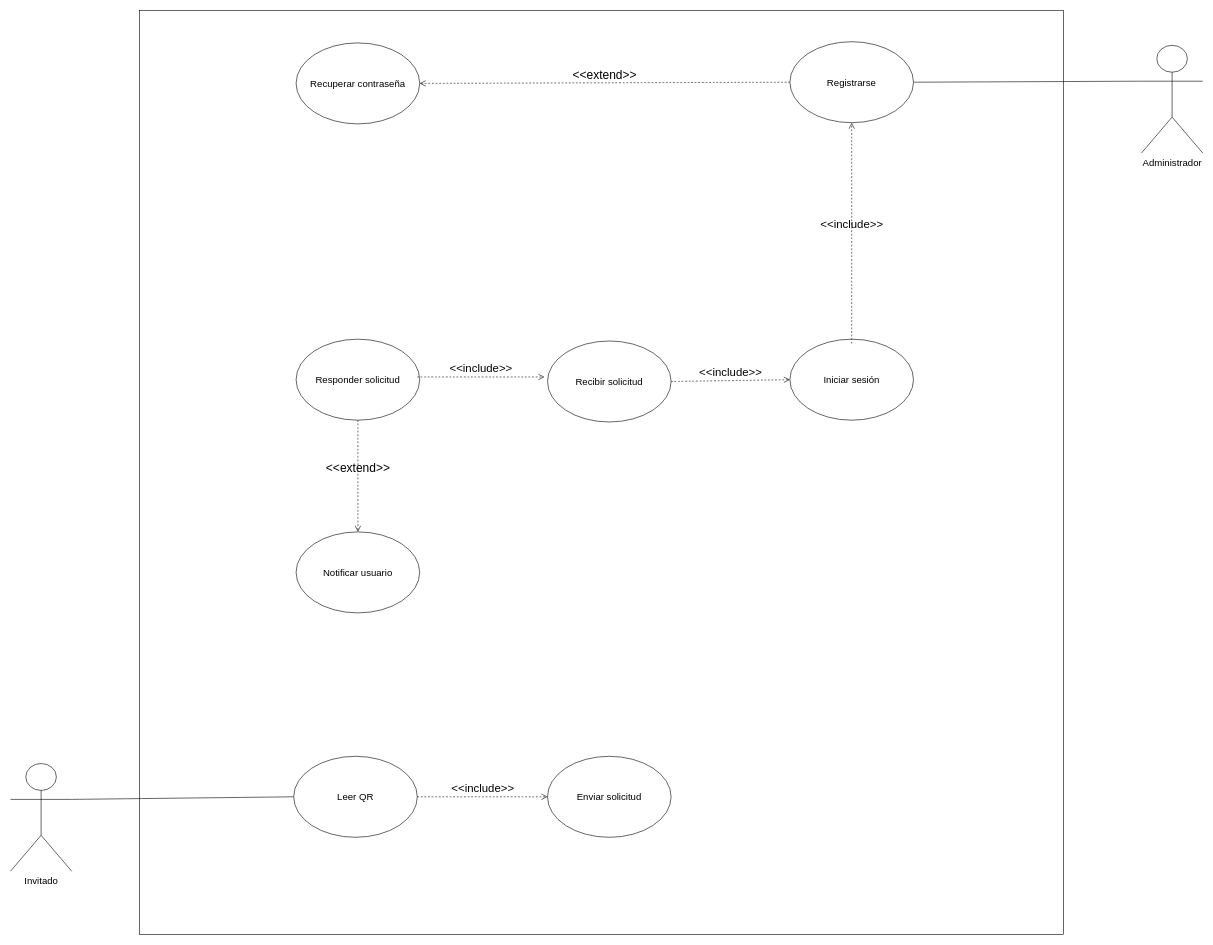
Earlier version of the draw.io diagram Diagramas/Casos_de_Uso.drawio (MrRevillod/SmartParking). Source tidied: cells renumbered, new cells numbered last; positions are measured from the earlier drawing's top-left corner, leaving out a move shared by most shapes. Both pictures are drawn from the tidied source at 60%, with x=0, y=0 at pixel (10, 10).
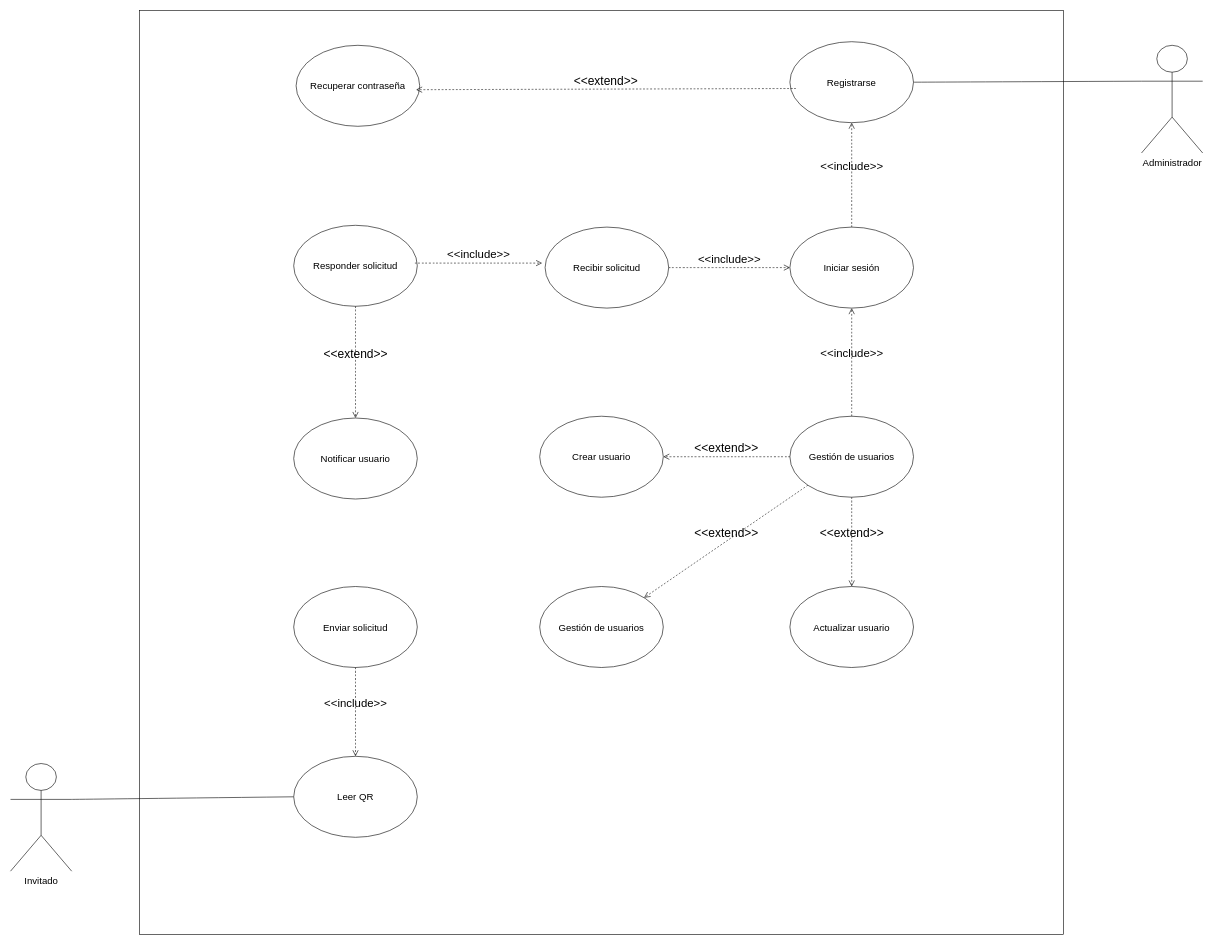
The same page after the edit.

Unchanged cells that the change refers to:
```xml
<mxCell id="7" value="Registrarse" style="ellipse;whiteSpace=wrap;html=1;fontSize=16;" parent="1" vertex="1">
  <mxGeometry x="1299" y="52" width="206" height="135" as="geometry" />
</mxCell>
<mxCell id="16" value="Leer QR" style="ellipse;whiteSpace=wrap;html=1;fontSize=16;" parent="1" vertex="1">
  <mxGeometry x="472" y="1243" width="206" height="135" as="geometry" />
</mxCell>
```

The edit, as a diff of the source:
```diff
@@
     <mxCell id="4" value="Recuperar contraseña" style="ellipse;whiteSpace=wrap;html=1;fontSize=16;" parent="1" vertex="1">
-      <mxGeometry x="476" y="54" width="206" height="135" as="geometry" />
+      <mxGeometry x="476" y="58" width="206" height="135" as="geometry" />
     </mxCell>
     <mxCell id="5" value="Iniciar sesión" style="ellipse;whiteSpace=wrap;html=1;fontSize=16;" parent="1" vertex="1">
-      <mxGeometry x="1299" y="547.8" width="206" height="135" as="geometry" />
+      <mxGeometry x="1299" y="361" width="206" height="135" as="geometry" />
     </mxCell>
@@
     <mxCell id="8" value="Recibir solicitud" style="ellipse;whiteSpace=wrap;html=1;fontSize=16;" parent="1" vertex="1">
-      <mxGeometry x="895" y="550.8" width="206" height="135" as="geometry" />
+      <mxGeometry x="891" y="361" width="206" height="135" as="geometry" />
     </mxCell>
     <mxCell id="9" value="Notificar usuario" style="ellipse;whiteSpace=wrap;html=1;fontSize=16;" parent="1" vertex="1">
-      <mxGeometry x="476" y="869" width="206" height="135" as="geometry" />
+      <mxGeometry x="472" y="679.2" width="206" height="135" as="geometry" />
     </mxCell>
     <mxCell id="10" value="Responder solicitud" style="ellipse;whiteSpace=wrap;html=1;fontSize=16;" parent="1" vertex="1">
-      <mxGeometry x="476" y="547.8" width="206" height="135" as="geometry" />
+      <mxGeometry x="472" y="358" width="206" height="135" as="geometry" />
     </mxCell>
@@
-    <mxCell id="13" value="&lt;font style=&quot;font-size: 20px;&quot;&gt;&amp;lt;&amp;lt;extend&amp;gt;&amp;gt;&lt;/font&gt;" style="endArrow=open;startArrow=none;endFill=0;startFill=0;endSize=8;html=1;verticalAlign=bottom;dashed=1;labelBackgroundColor=none;rounded=0;fontSize=12;curved=1;entryX=1;entryY=0.5;entryDx=0;entryDy=0;exitX=0;exitY=0.5;exitDx=0;exitDy=0;" parent="1" edge="1" source="7" target="4">
-      <mxGeometry relative="1" as="geometry" />
-    </mxCell>
@@
     <mxCell id="17" value="Enviar solicitud" style="ellipse;whiteSpace=wrap;html=1;fontSize=16;" parent="1" vertex="1">
-      <mxGeometry x="895" y="1243" width="206" height="135" as="geometry" />
+      <mxGeometry x="472" y="960" width="206" height="135" as="geometry" />
     </mxCell>
-    <mxCell id="18" value="&lt;font style=&quot;font-size: 19px;&quot;&gt;&amp;lt;&amp;lt;include&amp;gt;&amp;gt;&lt;/font&gt;" style="endArrow=open;startArrow=none;endFill=0;startFill=0;endSize=8;html=1;verticalAlign=bottom;dashed=1;labelBackgroundColor=none;rounded=0;fontSize=12;curved=1;entryX=0.5;entryY=1;entryDx=0;entryDy=0;" parent="1" edge="1" target="7">
-      <mxGeometry relative="1" as="geometry">
-        <mxPoint x="1402" y="555" as="sourcePoint" />
-      </mxGeometry>
+    <mxCell id="18" value="&lt;font style=&quot;font-size: 19px;&quot;&gt;&amp;lt;&amp;lt;include&amp;gt;&amp;gt;&lt;/font&gt;" style="endArrow=open;startArrow=none;endFill=0;startFill=0;endSize=8;html=1;verticalAlign=bottom;dashed=1;labelBackgroundColor=none;rounded=0;fontSize=12;curved=1;entryX=0.5;entryY=1;entryDx=0;entryDy=0;exitX=0.5;exitY=0;exitDx=0;exitDy=0;" parent="1" edge="1" source="5" target="7">
+      <mxGeometry relative="1" as="geometry" />
     </mxCell>
     <mxCell id="19" value="&lt;font style=&quot;font-size: 19px;&quot;&gt;&amp;lt;&amp;lt;include&amp;gt;&amp;gt;&lt;/font&gt;" style="endArrow=open;startArrow=none;endFill=0;startFill=0;endSize=8;html=1;verticalAlign=bottom;dashed=1;labelBackgroundColor=none;rounded=0;fontSize=12;curved=1;" parent="1" edge="1">
       <mxGeometry relative="1" as="geometry">
-        <mxPoint x="678" y="610.8" as="sourcePoint" />
-        <mxPoint x="890" y="610.8" as="targetPoint" />
+        <mxPoint x="674" y="421" as="sourcePoint" />
+        <mxPoint x="886" y="421" as="targetPoint" />
       </mxGeometry>
     </mxCell>
-    <mxCell id="20" value="&lt;font style=&quot;font-size: 19px;&quot;&gt;&amp;lt;&amp;lt;include&amp;gt;&amp;gt;&lt;/font&gt;" style="endArrow=open;startArrow=none;endFill=0;startFill=0;endSize=8;html=1;verticalAlign=bottom;dashed=1;labelBackgroundColor=none;rounded=0;fontSize=12;curved=1;exitX=1;exitY=0.5;exitDx=0;exitDy=0;entryX=0;entryY=0.5;entryDx=0;entryDy=0;" parent="1" edge="1" source="16" target="17">
-      <mxGeometry relative="1" as="geometry" />
-    </mxCell>
+    <mxCell id="21" value="Gestión de usuarios" style="ellipse;whiteSpace=wrap;html=1;fontSize=16;" parent="1" vertex="1">
+      <mxGeometry x="1299" y="676.2" width="206" height="135" as="geometry" />
+    </mxCell>
+    <mxCell id="22" value="Crear usuario" style="ellipse;whiteSpace=wrap;html=1;fontSize=16;" parent="1" vertex="1">
+      <mxGeometry x="882" y="676.2" width="206" height="135" as="geometry" />
+    </mxCell>
+    <mxCell id="23" value="&lt;font style=&quot;font-size: 20px;&quot;&gt;&amp;lt;&amp;lt;extend&amp;gt;&amp;gt;&lt;/font&gt;" style="endArrow=open;startArrow=none;endFill=0;startFill=0;endSize=8;html=1;verticalAlign=bottom;dashed=1;labelBackgroundColor=none;rounded=0;fontSize=12;curved=1;exitX=0;exitY=0.5;exitDx=0;exitDy=0;" parent="1" edge="1">
+      <mxGeometry relative="1" as="geometry">
+        <mxPoint x="1309" y="130" as="sourcePoint" />
+        <mxPoint x="676" y="132" as="targetPoint" />
+      </mxGeometry>
+    </mxCell>
+    <mxCell id="13" value="&lt;font style=&quot;font-size: 20px;&quot;&gt;&amp;lt;&amp;lt;extend&amp;gt;&amp;gt;&lt;/font&gt;" style="endArrow=open;startArrow=none;endFill=0;startFill=0;endSize=8;html=1;verticalAlign=bottom;dashed=1;labelBackgroundColor=none;rounded=0;fontSize=12;curved=1;entryX=1;entryY=0.5;entryDx=0;entryDy=0;exitX=0;exitY=0.5;exitDx=0;exitDy=0;" parent="1" edge="1" source="21" target="22">
+      <mxGeometry relative="1" as="geometry" />
+    </mxCell>
+    <mxCell id="24" value="Actualizar usuario" style="ellipse;whiteSpace=wrap;html=1;fontSize=16;" parent="1" vertex="1">
+      <mxGeometry x="1299" y="960" width="206" height="135" as="geometry" />
+    </mxCell>
+    <mxCell id="25" value="Gestión de usuarios" style="ellipse;whiteSpace=wrap;html=1;fontSize=16;" parent="1" vertex="1">
+      <mxGeometry x="882" y="960" width="206" height="135" as="geometry" />
+    </mxCell>
+    <mxCell id="26" value="&lt;font style=&quot;font-size: 20px;&quot;&gt;&amp;lt;&amp;lt;extend&amp;gt;&amp;gt;&lt;/font&gt;" style="endArrow=open;startArrow=none;endFill=0;startFill=0;endSize=8;html=1;verticalAlign=bottom;dashed=1;labelBackgroundColor=none;rounded=0;fontSize=12;curved=1;exitX=0;exitY=1;exitDx=0;exitDy=0;" parent="1" edge="1" source="21" target="25">
+      <mxGeometry relative="1" as="geometry" />
+    </mxCell>
+    <mxCell id="27" value="&lt;font style=&quot;font-size: 20px;&quot;&gt;&amp;lt;&amp;lt;extend&amp;gt;&amp;gt;&lt;/font&gt;" style="endArrow=open;startArrow=none;endFill=0;startFill=0;endSize=8;html=1;verticalAlign=bottom;dashed=1;labelBackgroundColor=none;rounded=0;fontSize=12;curved=1;entryX=0.5;entryY=0;entryDx=0;entryDy=0;exitX=0.5;exitY=1;exitDx=0;exitDy=0;" parent="1" edge="1" source="21" target="24">
+      <mxGeometry relative="1" as="geometry" />
+    </mxCell>
+    <mxCell id="28" value="&lt;font style=&quot;font-size: 19px;&quot;&gt;&amp;lt;&amp;lt;include&amp;gt;&amp;gt;&lt;/font&gt;" style="endArrow=open;startArrow=none;endFill=0;startFill=0;endSize=8;html=1;verticalAlign=bottom;dashed=1;labelBackgroundColor=none;rounded=0;fontSize=12;curved=1;exitX=0.5;exitY=1;exitDx=0;exitDy=0;" parent="1" edge="1" source="17" target="16">
+      <mxGeometry relative="1" as="geometry" />
+    </mxCell>
+    <mxCell id="29" value="&lt;font style=&quot;font-size: 19px;&quot;&gt;&amp;lt;&amp;lt;include&amp;gt;&amp;gt;&lt;/font&gt;" style="endArrow=open;startArrow=none;endFill=0;startFill=0;endSize=8;html=1;verticalAlign=bottom;dashed=1;labelBackgroundColor=none;rounded=0;fontSize=12;curved=1;exitX=0.5;exitY=0;exitDx=0;exitDy=0;entryX=0.5;entryY=1;entryDx=0;entryDy=0;" parent="1" edge="1" source="21" target="5">
+      <mxGeometry relative="1" as="geometry" />
+    </mxCell>
```
